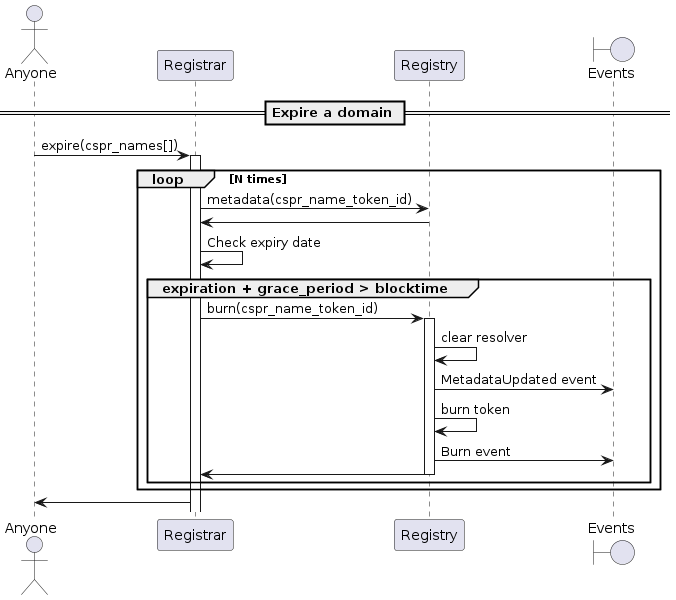
Earlier version of the PlantUML export docs/sequence-diagrams/puml/expire-domain.png (make-software/cspr-name-contracts).
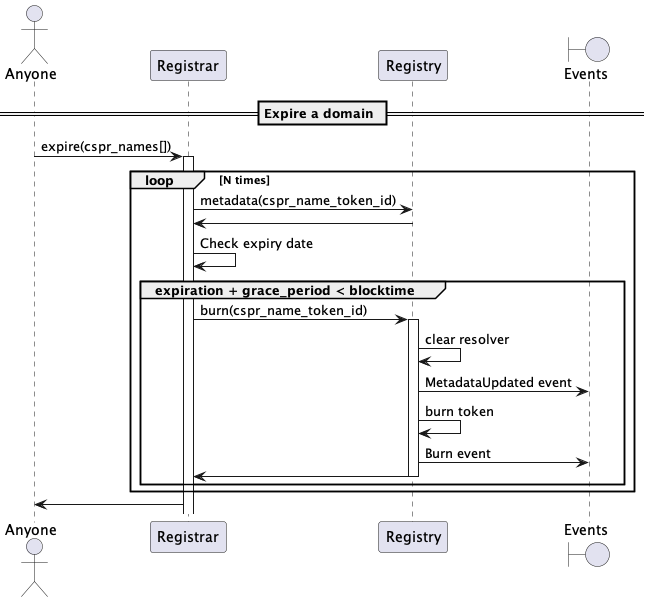
After the change.

Diff of the diagram source:
```diff
@@ -13,7 +13,7 @@
     Registrar -> Registry: metadata(cspr_name_token_id)
     Registry -> Registrar
     Registrar -> Registrar: Check expiry date
-    group expiration + grace_period > blocktime
+    group expiration + grace_period < blocktime
         Registrar -> Registry: burn(cspr_name_token_id)
         activate Registry
         Registry -> Registry: clear resolver
```
